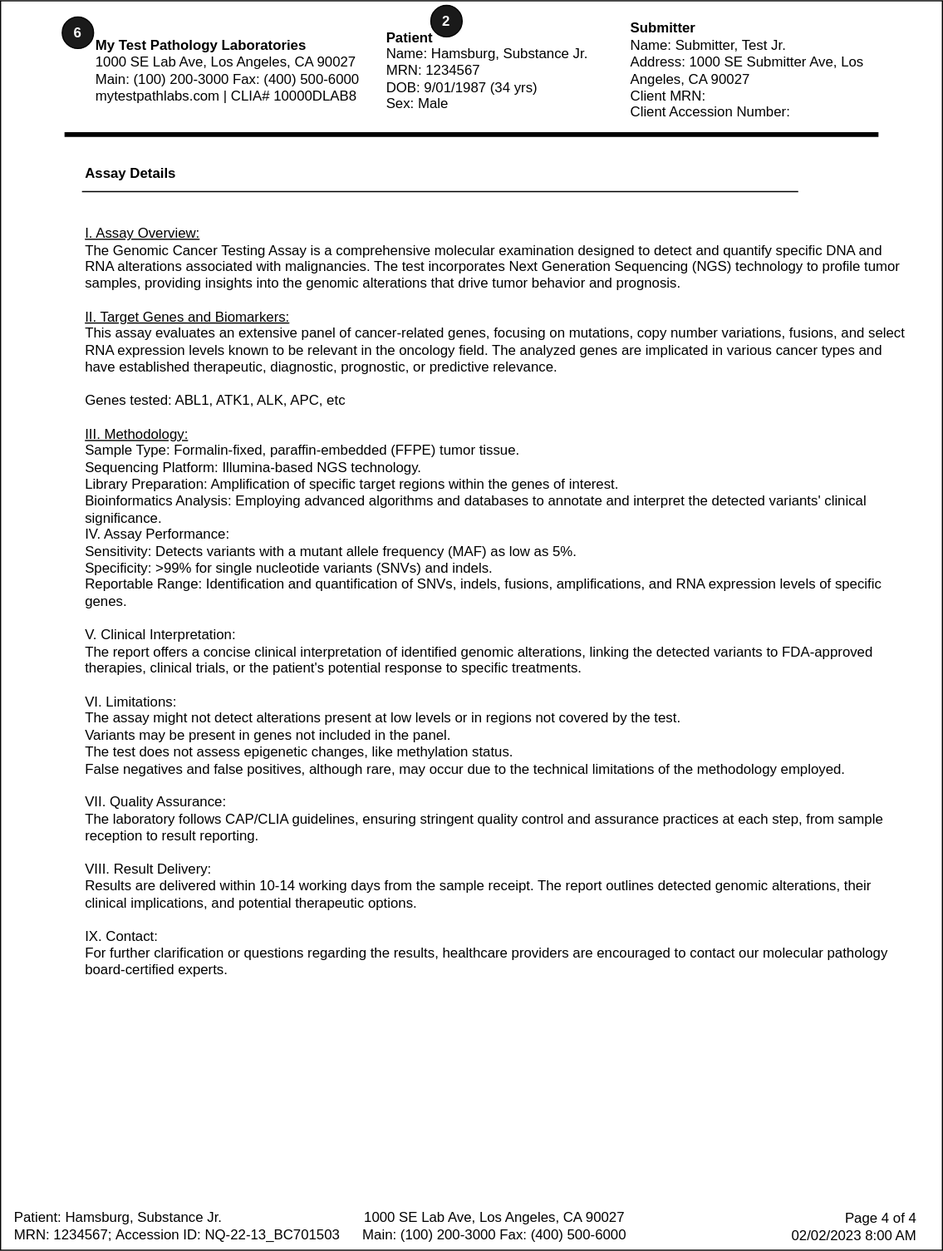
This is input/images/Report_Page4.svg from HL7/genomics-reporting, a draw.io export, as it was before one commit. Source tidied: cells renumbered, new cells last; positions are measured from the earlier drawing's top-left corner, leaving out a move shared by most shapes.
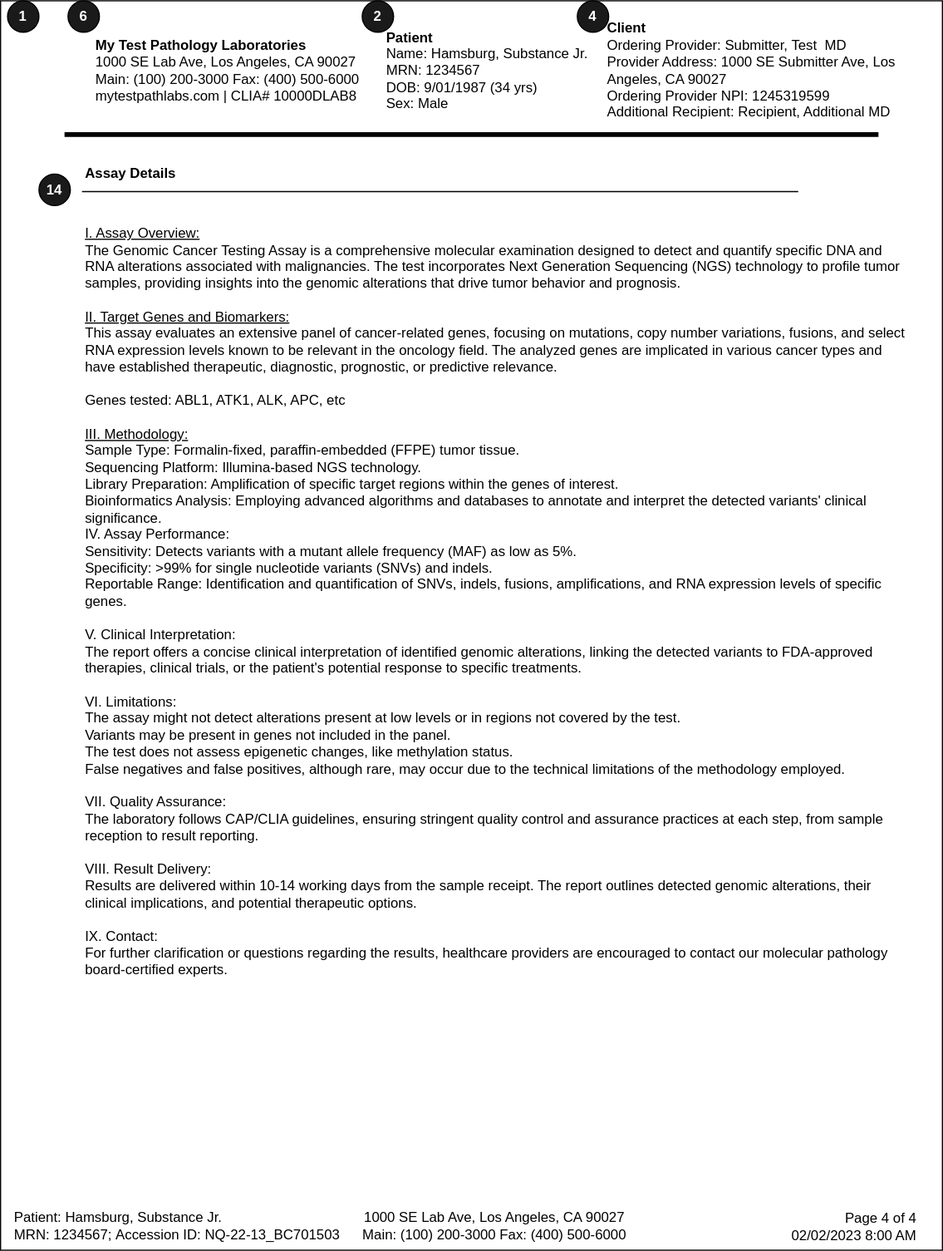
The same file after the commit.

The edit, as a diff of the source:
```diff
@@ -11,9 +11,6 @@
     <mxCell id="4" value="&lt;b&gt;Patient&lt;/b&gt;&lt;br&gt;Name: Hamsburg, Substance Jr.&lt;br style=&quot;border-color: var(--border-color);&quot;&gt;MRN: 1234567&lt;br&gt;DOB: 9/01/1987 (34 yrs) &lt;br&gt;Sex: Male" style="text;html=1;strokeColor=none;fillColor=none;align=left;verticalAlign=middle;whiteSpace=wrap;rounded=0;" parent="1" vertex="1">
       <mxGeometry x="330" y="20" width="210" height="80" as="geometry" />
     </mxCell>
-    <mxCell id="5" value="&lt;b&gt;Submitter&lt;br&gt;&lt;/b&gt;Name: Submitter, Test Jr.&lt;br style=&quot;border-color: var(--border-color);&quot;&gt;Address: 1000 SE Submitter Ave, Los Angeles, CA 90027&lt;br style=&quot;border-color: var(--border-color);&quot;&gt;Client MRN:&lt;br&gt;Client Accession Number:" style="text;html=1;strokeColor=none;fillColor=none;align=left;verticalAlign=middle;whiteSpace=wrap;rounded=0;" parent="1" vertex="1">
-      <mxGeometry x="540" y="20" width="250" height="80" as="geometry" />
-    </mxCell>
     <mxCell id="6" style="line;strokeWidth=4;html=1;perimeter=backbonePerimeter;" parent="1" vertex="1">
       <mxGeometry x="55" y="110" width="700" height="10" as="geometry" />
     </mxCell>
@@ -32,17 +29,29 @@
     <mxCell id="10" value="Assay Details" style="text;html=1;strokeColor=none;fillColor=none;align=left;verticalAlign=middle;whiteSpace=wrap;rounded=0;fontStyle=1;" parent="1" vertex="1">
       <mxGeometry x="71" y="134" width="315" height="30" as="geometry" />
     </mxCell>
-    <mxCell id="11" value="&lt;font color=&quot;#ffffff&quot; style=&quot;font-size: 12px;&quot;&gt;&lt;b&gt;6&lt;/b&gt;&lt;/font&gt;" style="ellipse;whiteSpace=wrap;html=1;fillColor=#1A1A1A;direction=south;" parent="1" vertex="1">
-      <mxGeometry x="53" y="14" width="27" height="27" as="geometry" />
-    </mxCell>
-    <mxCell id="12" value="&lt;font color=&quot;#ffffff&quot; style=&quot;font-size: 12px;&quot;&gt;&lt;b&gt;2&lt;/b&gt;&lt;/font&gt;" style="ellipse;whiteSpace=wrap;html=1;fillColor=#1A1A1A;direction=south;" parent="1" vertex="1">
-      <mxGeometry x="370" y="4" width="27" height="27" as="geometry" />
-    </mxCell>
     <mxCell id="13" value="&lt;div&gt;&lt;br&gt;&lt;/div&gt;&lt;div&gt;&lt;br&gt;&lt;/div&gt;&lt;div&gt;&lt;div style=&quot;border-color: var(--border-color);&quot;&gt;&lt;u style=&quot;border-color: var(--border-color);&quot;&gt;I. Assay Overview:&lt;/u&gt;&lt;/div&gt;&lt;div style=&quot;border-color: var(--border-color);&quot;&gt;The Genomic Cancer Testing Assay is a comprehensive molecular examination designed to detect and quantify specific DNA and RNA alterations associated with malignancies. The test incorporates Next Generation Sequencing (NGS) technology to profile tumor samples, providing insights into the genomic alterations that drive tumor behavior and prognosis.&lt;/div&gt;&lt;div style=&quot;border-color: var(--border-color);&quot;&gt;&lt;br style=&quot;border-color: var(--border-color);&quot;&gt;&lt;/div&gt;&lt;div style=&quot;border-color: var(--border-color);&quot;&gt;&lt;div style=&quot;border-color: var(--border-color);&quot;&gt;&lt;u style=&quot;border-color: var(--border-color);&quot;&gt;II. Target Genes and Biomarkers:&lt;/u&gt;&lt;/div&gt;&lt;div style=&quot;border-color: var(--border-color);&quot;&gt;This assay evaluates an extensive panel of cancer-related genes, focusing on mutations, copy number variations, fusions, and select RNA expression levels known to be relevant in the oncology field. The analyzed genes are implicated in various cancer types and have established therapeutic, diagnostic, prognostic, or predictive relevance.&amp;nbsp;&lt;/div&gt;&lt;div style=&quot;border-color: var(--border-color);&quot;&gt;&lt;br style=&quot;border-color: var(--border-color);&quot;&gt;&lt;/div&gt;&lt;div style=&quot;border-color: var(--border-color);&quot;&gt;Genes tested: ABL1, ATK1, ALK, APC, etc&lt;/div&gt;&lt;/div&gt;&lt;div style=&quot;border-color: var(--border-color);&quot;&gt;&lt;div style=&quot;border-color: var(--border-color);&quot;&gt;&lt;br style=&quot;border-color: var(--border-color);&quot;&gt;&lt;/div&gt;&lt;div style=&quot;border-color: var(--border-color);&quot;&gt;&lt;u style=&quot;border-color: var(--border-color);&quot;&gt;III. Methodology:&lt;/u&gt;&lt;/div&gt;&lt;div style=&quot;border-color: var(--border-color);&quot;&gt;Sample Type: Formalin-fixed, paraffin-embedded (FFPE) tumor tissue.&lt;/div&gt;&lt;div style=&quot;border-color: var(--border-color);&quot;&gt;Sequencing Platform: Illumina-based NGS technology.&lt;/div&gt;&lt;div style=&quot;border-color: var(--border-color);&quot;&gt;Library Preparation: Amplification of specific target regions within the genes of interest.&lt;/div&gt;&lt;div style=&quot;border-color: var(--border-color);&quot;&gt;Bioinformatics Analysis: Employing advanced algorithms and databases to annotate and interpret the detected variants' clinical significance.&lt;/div&gt;&lt;/div&gt;&lt;/div&gt;&lt;div&gt;IV. Assay Performance:&lt;/div&gt;&lt;div&gt;Sensitivity: Detects variants with a mutant allele frequency (MAF) as low as 5%.&lt;/div&gt;&lt;div&gt;Specificity: &amp;gt;99% for single nucleotide variants (SNVs) and indels.&lt;/div&gt;&lt;div&gt;Reportable Range: Identification and quantification of SNVs, indels, fusions, amplifications, and RNA expression levels of specific genes.&lt;/div&gt;&lt;div&gt;&lt;br&gt;&lt;/div&gt;&lt;div&gt;&lt;div&gt;V. Clinical Interpretation:&lt;/div&gt;&lt;div&gt;The report offers a concise clinical interpretation of identified genomic alterations, linking the detected variants to FDA-approved therapies, clinical trials, or the patient's potential response to specific treatments.&lt;/div&gt;&lt;/div&gt;&lt;div&gt;&lt;span style=&quot;background-color: initial;&quot;&gt;&lt;br&gt;&lt;/span&gt;&lt;/div&gt;&lt;div&gt;&lt;span style=&quot;background-color: initial;&quot;&gt;VI. Limitations:&lt;/span&gt;&lt;br&gt;&lt;/div&gt;&lt;div&gt;&lt;div&gt;The assay might not detect alterations present at low levels or in regions not covered by the test.&lt;/div&gt;&lt;div&gt;Variants may be present in genes not included in the panel.&lt;/div&gt;&lt;div&gt;The test does not assess epigenetic changes, like methylation status.&lt;/div&gt;&lt;div&gt;False negatives and false positives, although rare, may occur due to the technical limitations of the methodology employed.&lt;/div&gt;&lt;/div&gt;&lt;div&gt;&lt;br&gt;&lt;/div&gt;&lt;div&gt;&lt;div&gt;VII. Quality Assurance:&lt;/div&gt;&lt;div&gt;The laboratory follows CAP/CLIA guidelines, ensuring stringent quality control and assurance practices at each step, from sample reception to result reporting.&lt;/div&gt;&lt;div&gt;&lt;br&gt;&lt;/div&gt;&lt;div&gt;VIII. Result Delivery:&lt;/div&gt;&lt;div&gt;Results are delivered within 10-14 working days from the sample receipt. The report outlines detected genomic alterations, their clinical implications, and potential therapeutic options.&lt;/div&gt;&lt;div&gt;&lt;br&gt;&lt;/div&gt;&lt;div&gt;IX. Contact:&lt;/div&gt;&lt;div&gt;For further clarification or questions regarding the results, healthcare providers are encouraged to contact our molecular pathology board-certified experts.&lt;/div&gt;&lt;/div&gt;" style="text;html=1;strokeColor=none;fillColor=none;align=left;verticalAlign=middle;whiteSpace=wrap;rounded=0;" parent="1" vertex="1">
       <mxGeometry x="71" y="176" width="709" height="651" as="geometry" />
     </mxCell>
     <mxCell id="14" value="Patient: Hamsburg, Substance Jr.&lt;br style=&quot;border-color: var(--border-color);&quot;&gt;MRN: 1234567;&amp;nbsp;Accession ID:&amp;nbsp;NQ-22-13_BC701503" style="text;html=1;strokeColor=none;fillColor=none;align=left;verticalAlign=middle;whiteSpace=wrap;rounded=0;" parent="1" vertex="1">
       <mxGeometry x="10" y="1033" width="300" height="40" as="geometry" />
     </mxCell>
+    <mxCell id="15" value="&lt;b&gt;Client&lt;br&gt;&lt;/b&gt;Ordering Provider: Submitter, Test&amp;nbsp; MD&lt;br style=&quot;border-color: var(--border-color);&quot;&gt;Provider Address: 1000 SE Submitter Ave, Los Angeles, CA 90027&lt;br&gt;Ordering Provider NPI: 1245319599&lt;br&gt;Additional Recipient: Recipient, Additional MD" style="text;html=1;strokeColor=none;fillColor=none;align=left;verticalAlign=middle;whiteSpace=wrap;rounded=0;" parent="1" vertex="1">
+      <mxGeometry x="520" y="20" width="290" height="80" as="geometry" />
+    </mxCell>
+    <mxCell id="12" value="&lt;font color=&quot;#ffffff&quot; style=&quot;font-size: 12px;&quot;&gt;&lt;b&gt;2&lt;/b&gt;&lt;/font&gt;" style="ellipse;whiteSpace=wrap;html=1;fillColor=#1A1A1A;direction=south;" parent="1" vertex="1">
+      <mxGeometry x="311" width="27" height="27" as="geometry" />
+    </mxCell>
+    <mxCell id="16" value="&lt;font color=&quot;#ffffff&quot; style=&quot;font-size: 12px;&quot;&gt;&lt;b&gt;1&lt;/b&gt;&lt;/font&gt;" style="ellipse;whiteSpace=wrap;html=1;fillColor=#1A1A1A;direction=south;" parent="1" vertex="1">
+      <mxGeometry x="6" width="27" height="27" as="geometry" />
+    </mxCell>
+    <mxCell id="11" value="&lt;font color=&quot;#ffffff&quot; style=&quot;font-size: 12px;&quot;&gt;&lt;b&gt;6&lt;/b&gt;&lt;/font&gt;" style="ellipse;whiteSpace=wrap;html=1;fillColor=#1A1A1A;direction=south;" parent="1" vertex="1">
+      <mxGeometry x="58" width="27" height="27" as="geometry" />
+    </mxCell>
+    <mxCell id="17" value="&lt;font color=&quot;#ffffff&quot; style=&quot;font-size: 12px;&quot;&gt;&lt;b&gt;4&lt;/b&gt;&lt;/font&gt;" style="ellipse;whiteSpace=wrap;html=1;fillColor=#1A1A1A;direction=south;" parent="1" vertex="1">
+      <mxGeometry x="496" width="27" height="27" as="geometry" />
+    </mxCell>
+    <mxCell id="18" value="&lt;font color=&quot;#ffffff&quot; style=&quot;font-size: 12px;&quot;&gt;&lt;b&gt;14&lt;/b&gt;&lt;/font&gt;" style="ellipse;whiteSpace=wrap;html=1;fillColor=#1A1A1A;direction=south;" parent="1" vertex="1">
+      <mxGeometry x="33" y="149" width="27" height="27" as="geometry" />
+    </mxCell>
   </root>
 </mxGraphModel>
```
